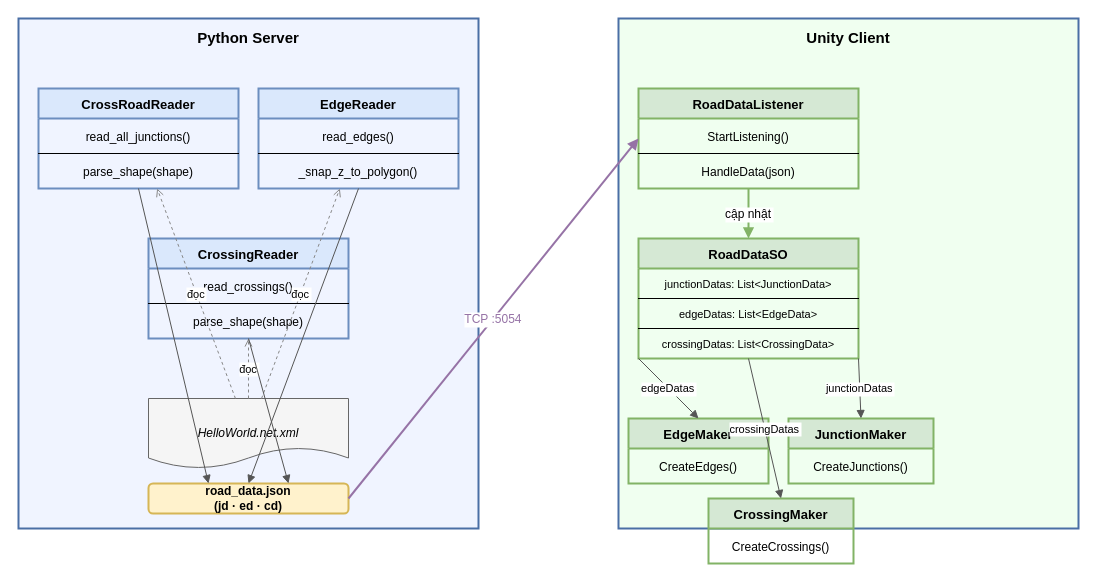
Earlier version of the draw.io diagram DiagramsCode/so-do-lop-ban-do.drawio (MinhHoang137/SUMO-GR1). Source tidied: cells renumbered, new cells numbered last; positions are measured from the earlier drawing's top-left corner, leaving out a move shared by most shapes. Both pictures are drawn from the tidied source at 100%, with x=0, y=0 at pixel (18, 18).
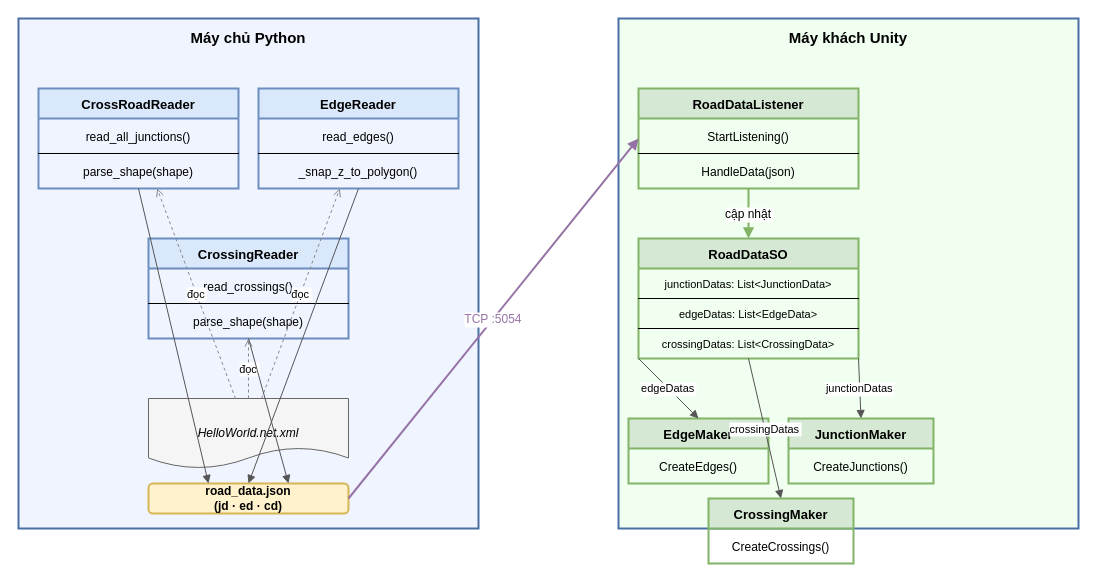
Above is the later version.

What changed in the source:
```diff
@@
-    <mxCell id="2" value="Python Server" style="rounded=0;whiteSpace=wrap;html=1;fillColor=#f0f4ff;strokeColor=#4a6fa5;strokeWidth=2;strokeDasharray=8 4;fontSize=15;fontStyle=1;verticalAlign=top;spacingTop=4;" parent="1" vertex="1">
+    <mxCell id="2" value="Máy chủ Python" style="rounded=0;whiteSpace=wrap;html=1;fillColor=#f0f4ff;strokeColor=#4a6fa5;strokeWidth=2;strokeDasharray=8 4;fontSize=15;fontStyle=1;verticalAlign=top;spacingTop=4;" parent="1" vertex="1">
       <mxGeometry width="460" height="510" as="geometry" />
     </mxCell>
@@
-    <mxCell id="20" value="Unity Client" style="rounded=0;whiteSpace=wrap;html=1;fillColor=#f0fff0;strokeColor=#4a6fa5;strokeWidth=2;strokeDasharray=8 4;fontSize=15;fontStyle=1;verticalAlign=top;spacingTop=4;" parent="1" vertex="1">
+    <mxCell id="20" value="Máy khách Unity" style="rounded=0;whiteSpace=wrap;html=1;fillColor=#f0fff0;strokeColor=#4a6fa5;strokeWidth=2;strokeDasharray=8 4;fontSize=15;fontStyle=1;verticalAlign=top;spacingTop=4;" parent="1" vertex="1">
       <mxGeometry x="600" width="460" height="510" as="geometry" />
     </mxCell>
```
